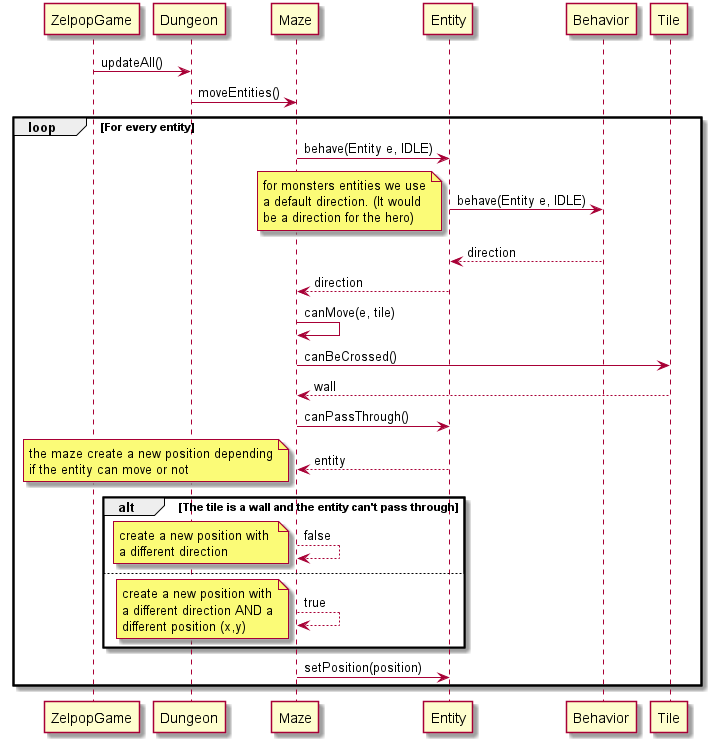
Reynault/ACL_2019_Zelpop keeps this PlantUML diagram as doc/first_sprint/diagrams/sequences/move.png. Above is the earlier version.
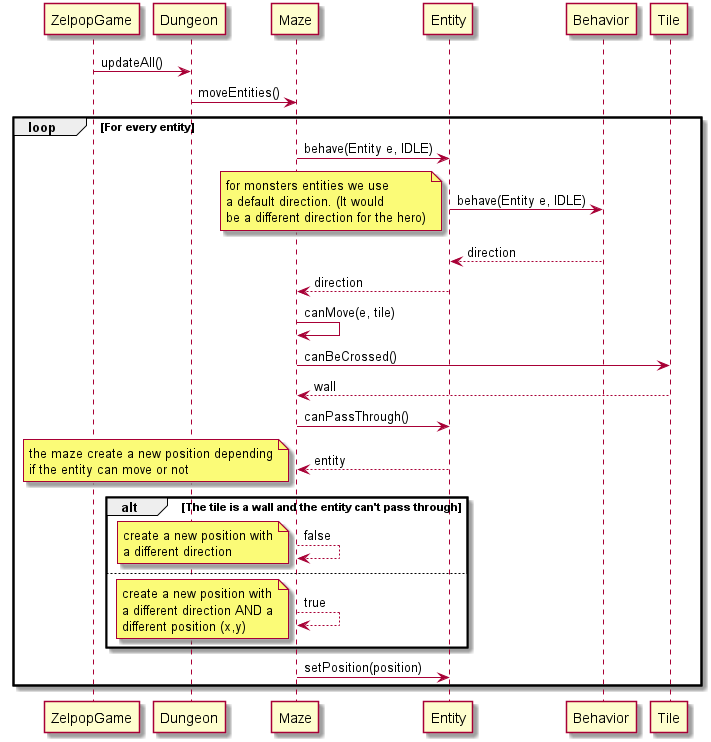
Later version of the same file.

Diff of the diagram source:
```diff
@@ -11,7 +11,7 @@
     note left
         for monsters entities we use
         a default direction. (It would
-        be a direction for the hero)
+        be a different direction for the hero)
     end note
 
     Behavior --> Entity : direction
```
